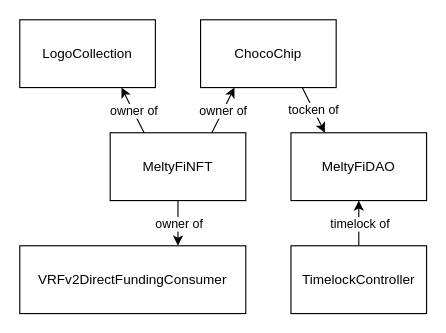
The draw.io diagram report/diagrams/Protocol_blueprint.drawio in VincenzoImp/meltyfi, before the edit. Source tidied: cells renumbered, new cells numbered last; positions are measured from the earlier drawing's top-left corner, leaving out a move shared by most shapes. Both pictures are drawn from the tidied source at 113%, with x=0, y=0 at pixel (19, 19).
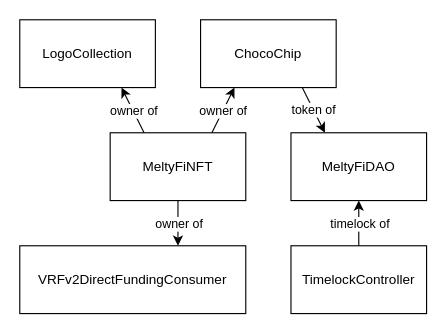
The same diagram, later.

Diff of the diagram source:
```diff
@@
 <mxGraphModel>
   <root>
     <mxCell id="0" />
     <mxCell id="1" parent="0" />
     <mxCell id="2" value="MeltyFiNFT" style="rounded=0;whiteSpace=wrap;html=1;fillColor=none;" parent="1" vertex="1">
       <mxGeometry x="80" y="100" width="120" height="60" as="geometry" />
     </mxCell>
     <mxCell id="3" value="ChocoChip" style="rounded=0;whiteSpace=wrap;html=1;fillColor=none;" parent="1" vertex="1">
       <mxGeometry x="160" width="120" height="60" as="geometry" />
     </mxCell>
     <mxCell id="4" value="LogoCollection" style="rounded=0;whiteSpace=wrap;html=1;fillColor=none;" parent="1" vertex="1">
       <mxGeometry width="120" height="60" as="geometry" />
     </mxCell>
     <mxCell id="5" value="TimelockController" style="rounded=0;whiteSpace=wrap;html=1;fillColor=none;" parent="1" vertex="1">
       <mxGeometry x="240" y="200" width="120" height="60" as="geometry" />
     </mxCell>
     <mxCell id="6" value="VRFv2DirectFundingConsumer" style="rounded=0;whiteSpace=wrap;html=1;fillColor=none;" parent="1" vertex="1">
       <mxGeometry y="200" width="200" height="60" as="geometry" />
     </mxCell>
     <mxCell id="7" value="MeltyFiDAO" style="rounded=0;whiteSpace=wrap;html=1;fillColor=none;" parent="1" vertex="1">
       <mxGeometry x="240" y="100" width="120" height="60" as="geometry" />
     </mxCell>
     <mxCell id="8" style="endArrow=classic;html=1;rounded=0;exitX=0.25;exitY=0;exitDx=0;exitDy=0;entryX=0.75;entryY=1;entryDx=0;entryDy=0;" parent="1" edge="1" source="2" target="4">
       <mxGeometry relative="1" as="geometry" />
     </mxCell>
     <mxCell id="9" value="owner of" style="edgeLabel;html=1;align=center;verticalAlign=middle;fillColor=none;" parent="8" vertex="1">
       <mxGeometry relative="1" as="geometry" />
     </mxCell>
     <mxCell id="10" style="endArrow=classic;html=1;rounded=0;exitX=0.5;exitY=1;exitDx=0;exitDy=0;" parent="1" edge="1" source="2">
       <mxGeometry relative="1" as="geometry">
         <mxPoint x="140" y="200" as="targetPoint" />
       </mxGeometry>
     </mxCell>
     <mxCell id="11" value="owner of" style="edgeLabel;html=1;align=center;verticalAlign=middle;fillColor=none;" parent="10" vertex="1">
       <mxGeometry relative="1" as="geometry" />
     </mxCell>
     <mxCell id="12" style="endArrow=classic;html=1;rounded=0;exitX=0.75;exitY=0;exitDx=0;exitDy=0;entryX=0.25;entryY=1;entryDx=0;entryDy=0;" parent="1" edge="1" source="2" target="3">
       <mxGeometry relative="1" as="geometry" />
     </mxCell>
     <mxCell id="13" value="owner of" style="edgeLabel;html=1;align=center;verticalAlign=middle;fillColor=none;" parent="12" vertex="1">
       <mxGeometry relative="1" as="geometry" />
     </mxCell>
     <mxCell id="14" style="endArrow=classic;html=1;rounded=0;exitX=0.75;exitY=1;exitDx=0;exitDy=0;entryX=0.25;entryY=0;entryDx=0;entryDy=0;" parent="1" edge="1" source="3" target="7">
       <mxGeometry relative="1" as="geometry" />
     </mxCell>
-    <mxCell id="15" value="tocken of" style="edgeLabel;html=1;align=center;verticalAlign=middle;fillColor=none;" parent="14" vertex="1">
+    <mxCell id="15" value="token of" style="edgeLabel;html=1;align=center;verticalAlign=middle;fillColor=none;" parent="14" vertex="1">
       <mxGeometry relative="1" as="geometry" />
     </mxCell>
     <mxCell id="16" style="endArrow=classic;html=1;rounded=0;exitX=0.5;exitY=0;exitDx=0;exitDy=0;entryX=0.5;entryY=1;entryDx=0;entryDy=0;" parent="1" edge="1" source="5" target="7">
       <mxGeometry relative="1" as="geometry" />
     </mxCell>
     <mxCell id="17" value="timelock of" style="edgeLabel;html=1;align=center;verticalAlign=middle;fillColor=none;" parent="16" vertex="1">
       <mxGeometry relative="1" as="geometry" />
     </mxCell>
   </root>
 </mxGraphModel>
```
